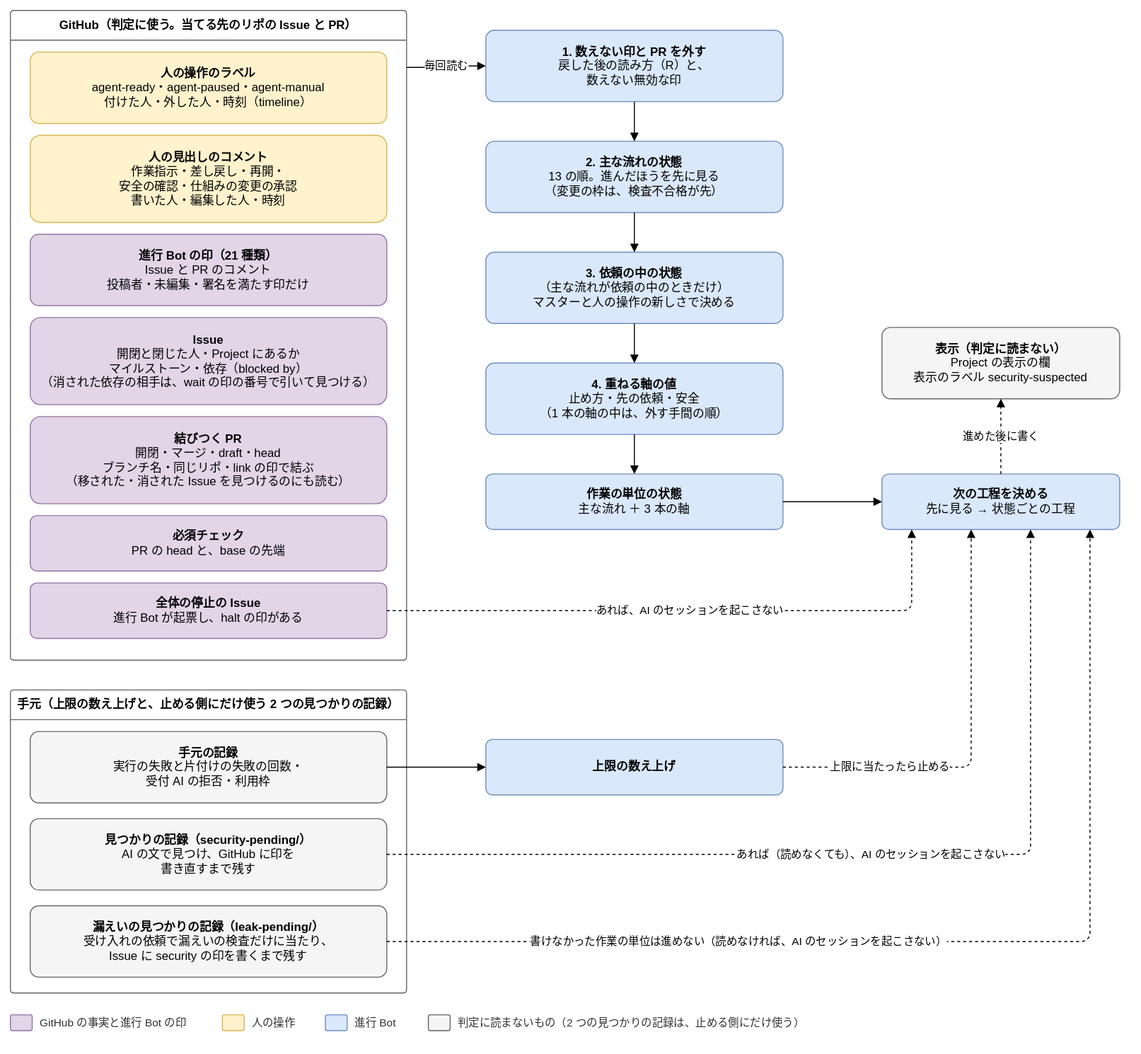
This is docs/design/basic/diagrams/02-state-assembly.drawio.svg from Joymerrevent/dev-autopilot, a draw.io export, as it was before one commit. Source tidied: cells renumbered, new cells last; positions are measured from the earlier drawing's top-left corner, leaving out a move shared by most shapes.
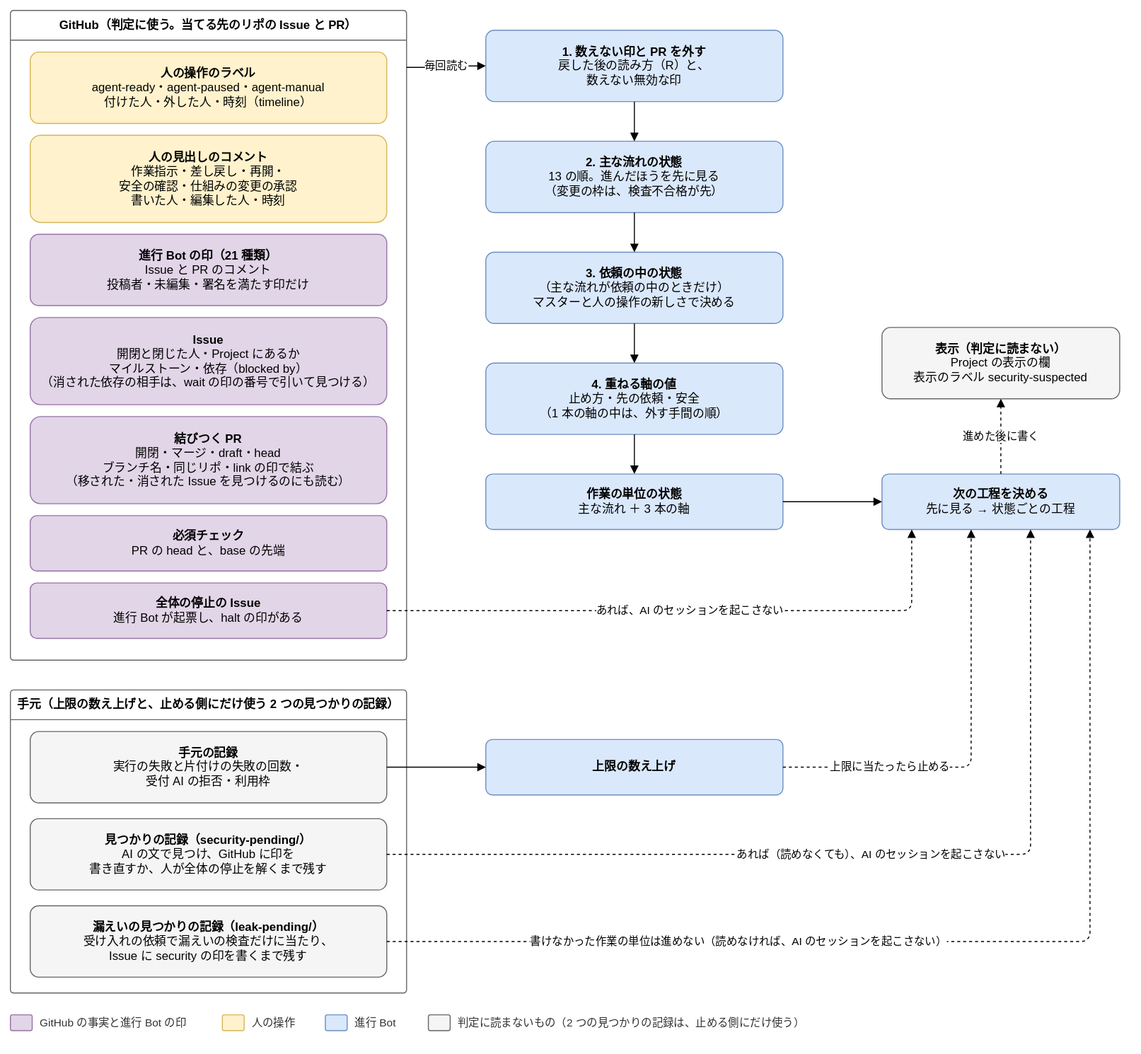
The same diagram one commit later.

Commit message:
docs(design): 見つかりの記録は人が全体の停止を解いたときも消えることを状態の組み立ての図に足す

ADR-20261115-003 の決定 2 を反映する。02-state-assembly の見つかりの記録の箱の文言を、
「GitHub に印を書き直すまで残す」から「書き直すか、人が全体の停止を解くまで残す」に直す。
行の数と箱の大きさは変えていない。

Diff of the diagram source:
```diff
@@ -53,7 +53,7 @@
     <mxCell id="18" value="&lt;b&gt;手元の記録&lt;/b&gt;&lt;br&gt;実行の失敗と片付けの失敗の回数・&lt;br&gt;受付 AI の拒否・利用枠" style="rounded=1;whiteSpace=wrap;html=1;fontSize=12;arcSize=12;spacing=12;fillColor=#f5f5f5;strokeColor=#666666;" parent="17" vertex="1">
       <mxGeometry x="20" y="42" width="360" height="72" as="geometry" />
     </mxCell>
-    <mxCell id="19" value="&lt;b&gt;見つかりの記録（security-pending/）&lt;/b&gt;&lt;br&gt;AI の文で見つけ、GitHub に印を&lt;br&gt;書き直すまで残す" style="rounded=1;whiteSpace=wrap;html=1;fontSize=12;arcSize=12;spacing=12;fillColor=#f5f5f5;strokeColor=#666666;" parent="17" vertex="1">
+    <mxCell id="19" value="&lt;b&gt;見つかりの記録（security-pending/）&lt;/b&gt;&lt;br&gt;AI の文で見つけ、GitHub に印を&lt;br&gt;書き直すか、人が全体の停止を解くまで残す" style="rounded=1;whiteSpace=wrap;html=1;fontSize=12;arcSize=12;spacing=12;fillColor=#f5f5f5;strokeColor=#666666;" parent="17" vertex="1">
       <mxGeometry x="20" y="130" width="360" height="72" as="geometry" />
     </mxCell>
     <mxCell id="20" value="&lt;b&gt;漏えいの見つかりの記録（leak-pending/）&lt;/b&gt;&lt;br&gt;受け入れの依頼で漏えいの検査だけに当たり、&lt;br&gt;Issue に security の印を書くまで残す" style="rounded=1;whiteSpace=wrap;html=1;fontSize=12;arcSize=12;spacing=12;fillColor=#f5f5f5;strokeColor=#666666;" parent="17" vertex="1">
```
